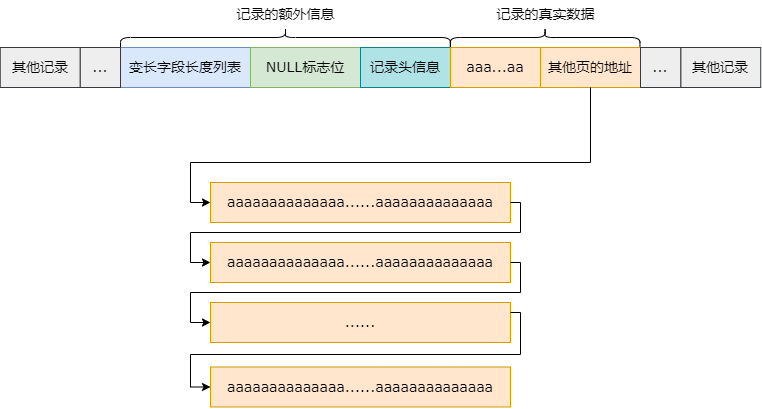
guxdong/imgrepo keeps this draw.io diagram as database/行溢出记录示例.drawio.png. Above is the earlier version. Source tidied: cells renumbered, new cells last; positions are measured from the earlier drawing's top-left corner, leaving out a move shared by most shapes.
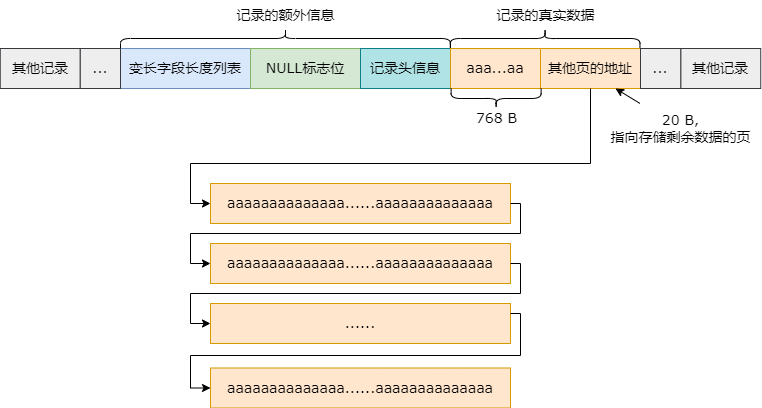
Above is the later version.

Commit message:
更新行溢出记录示例.drawio.png

Change to the diagram source:
```diff
@@ -98,5 +98,17 @@
         </Array>
       </mxGeometry>
     </mxCell>
+    <mxCell id="25" value="&lt;font face=&quot;Verdana&quot; style=&quot;font-size: 14px;&quot;&gt;768 B&lt;/font&gt;" style="text;html=1;align=center;verticalAlign=middle;strokeColor=none;fillColor=none;" parent="1" vertex="1">
+      <mxGeometry x="465.6" y="229.9" width="60" height="30" as="geometry" />
+    </mxCell>
+    <mxCell id="26" style="shape=curlyBracket;whiteSpace=wrap;html=1;rounded=1;flipH=1;labelPosition=right;verticalLabelPosition=middle;align=left;verticalAlign=middle;rotation=90;" parent="1" vertex="1">
+      <mxGeometry x="485.6" y="180" width="20" height="90" as="geometry" />
+    </mxCell>
+    <mxCell id="27" style="endArrow=classic;html=1;rounded=0;entryX=0.75;entryY=1;entryDx=0;entryDy=0;" parent="1" edge="1" source="28" target="13">
+      <mxGeometry relative="1" as="geometry" />
+    </mxCell>
+    <mxCell id="28" value="&lt;font face=&quot;Verdana&quot; style=&quot;font-size: 14px;&quot;&gt;20 B,&lt;/font&gt;&lt;div style=&quot;font-size: 14px;&quot;&gt;&lt;font face=&quot;XE2pAvFxpOUiNCU9faeX&quot; style=&quot;font-size: 14px;&quot;&gt;指向存储剩余数据的页&lt;/font&gt;&lt;/div&gt;" style="text;html=1;align=center;verticalAlign=middle;points=[];strokeColor=none;fillColor=none;" parent="1" vertex="1">
+      <mxGeometry x="600.2" y="229.9" width="160" height="50" as="geometry" />
+    </mxCell>
   </root>
 </mxGraphModel>
```
